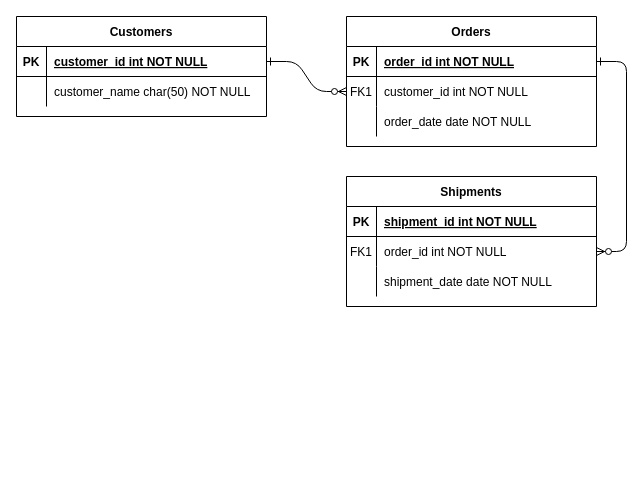
Earlier version of the draw.io diagram Untitled Diagram.drawio (nibir12011995/diagrams). Source tidied: cells renumbered, new cells numbered last; positions are measured from the earlier drawing's top-left corner, leaving out a move shared by most shapes. Both pictures are drawn from the tidied source at 100%, with x=0, y=0 at pixel (16, 16).
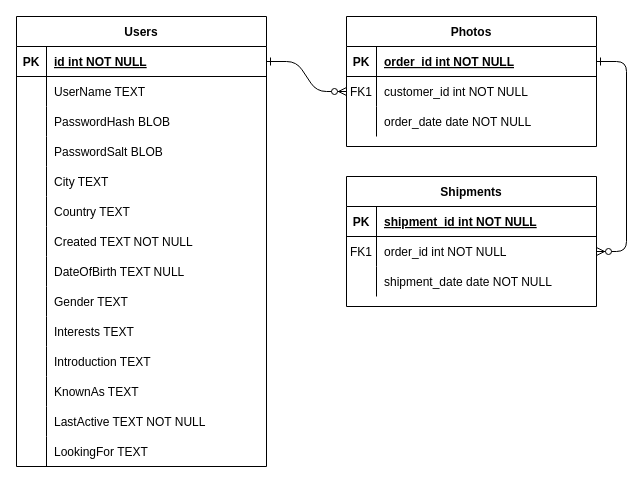
After the change.

The change refers to these unchanged cells:
```xml
<mxCell id="25" style="shape=partialRectangle;fillColor=none;points=[[0,0.5],[1,0.5]];portConstraint=eastwest;top=0;left=0;right=0;bottom=1;" parent="24" vertex="1">
  <mxGeometry y="30" width="250" height="30" as="geometry" />
</mxCell>
<mxCell id="28" style="shape=partialRectangle;fillColor=none;top=0;left=0;right=0;bottom=0;" parent="24" vertex="1">
  <mxGeometry y="60" width="250" height="30" as="geometry" />
</mxCell>
```

Change to the diagram source:
```diff
@@
-    <mxCell id="4" value="Orders" style="shape=table;startSize=30;childLayout=tableLayout;rowLines=0;fontStyle=1;align=center;" parent="1" vertex="1">
+    <mxCell id="4" value="Photos" style="shape=table;startSize=30;childLayout=tableLayout;rowLines=0;fontStyle=1;align=center;" parent="1" vertex="1">
       <mxGeometry x="330" width="250" height="130" as="geometry" />
     </mxCell>
@@
-    <mxCell id="24" value="Customers" style="shape=table;startSize=30;childLayout=tableLayout;rowLines=0;fontStyle=1;align=center;" parent="1" vertex="1">
-      <mxGeometry width="250" height="100" as="geometry" />
+    <mxCell id="24" value="Users" style="shape=table;startSize=30;childLayout=tableLayout;rowLines=0;fontStyle=1;align=center;" parent="1" vertex="1">
+      <mxGeometry width="250" height="450" as="geometry" />
     </mxCell>
@@
-    <mxCell id="27" value="customer_id int NOT NULL " style="shape=partialRectangle;overflow=hidden;fillColor=none;top=0;left=0;bottom=0;right=0;align=left;spacingLeft=6;fontStyle=5;" parent="25" vertex="1">
+    <mxCell id="27" value="id int NOT NULL " style="shape=partialRectangle;overflow=hidden;fillColor=none;top=0;left=0;bottom=0;right=0;align=left;spacingLeft=6;fontStyle=5;" parent="25" vertex="1">
       <mxGeometry x="30" width="220" height="30" as="geometry" />
     </mxCell>
@@
-    <mxCell id="30" value="customer_name char(50) NOT NULL" style="shape=partialRectangle;overflow=hidden;fillColor=none;top=0;left=0;bottom=0;right=0;align=left;spacingLeft=6;" parent="28" vertex="1">
+    <mxCell id="30" value="UserName TEXT " style="shape=partialRectangle;overflow=hidden;fillColor=none;top=0;left=0;bottom=0;right=0;align=left;spacingLeft=6;" parent="28" vertex="1">
       <mxGeometry x="30" width="220" height="30" as="geometry" />
     </mxCell>
+    <mxCell id="31" style="shape=partialRectangle;fillColor=none;top=0;left=0;right=0;bottom=0;" parent="24" vertex="1">
+      <mxGeometry y="90" width="250" height="30" as="geometry" />
+    </mxCell>
+    <mxCell id="32" style="shape=partialRectangle;overflow=hidden;fillColor=none;top=0;left=0;bottom=0;right=0;" parent="31" vertex="1">
+      <mxGeometry width="30" height="30" as="geometry" />
+    </mxCell>
+    <mxCell id="33" value="PasswordHash BLOB" style="shape=partialRectangle;overflow=hidden;fillColor=none;top=0;left=0;bottom=0;right=0;align=left;spacingLeft=6;" parent="31" vertex="1">
+      <mxGeometry x="30" width="220" height="30" as="geometry" />
+    </mxCell>
+    <mxCell id="34" style="shape=partialRectangle;fillColor=none;top=0;left=0;right=0;bottom=0;" parent="24" vertex="1">
+      <mxGeometry y="120" width="250" height="30" as="geometry" />
+    </mxCell>
+    <mxCell id="35" style="shape=partialRectangle;overflow=hidden;fillColor=none;top=0;left=0;bottom=0;right=0;" parent="34" vertex="1">
+      <mxGeometry width="30" height="30" as="geometry" />
+    </mxCell>
+    <mxCell id="36" value="PasswordSalt BLOB" style="shape=partialRectangle;overflow=hidden;fillColor=none;top=0;left=0;bottom=0;right=0;align=left;spacingLeft=6;" parent="34" vertex="1">
+      <mxGeometry x="30" width="220" height="30" as="geometry" />
+    </mxCell>
+    <mxCell id="37" style="shape=partialRectangle;fillColor=none;top=0;left=0;right=0;bottom=0;" parent="24" vertex="1">
+      <mxGeometry y="150" width="250" height="30" as="geometry" />
+    </mxCell>
+    <mxCell id="38" style="shape=partialRectangle;overflow=hidden;fillColor=none;top=0;left=0;bottom=0;right=0;" parent="37" vertex="1">
+      <mxGeometry width="30" height="30" as="geometry" />
+    </mxCell>
+    <mxCell id="39" value="City TEXT" style="shape=partialRectangle;overflow=hidden;fillColor=none;top=0;left=0;bottom=0;right=0;align=left;spacingLeft=6;" parent="37" vertex="1">
+      <mxGeometry x="30" width="220" height="30" as="geometry" />
+    </mxCell>
+    <mxCell id="40" style="shape=partialRectangle;fillColor=none;top=0;left=0;right=0;bottom=0;" parent="24" vertex="1">
+      <mxGeometry y="180" width="250" height="30" as="geometry" />
+    </mxCell>
+    <mxCell id="41" style="shape=partialRectangle;overflow=hidden;fillColor=none;top=0;left=0;bottom=0;right=0;" parent="40" vertex="1">
+      <mxGeometry width="30" height="30" as="geometry" />
+    </mxCell>
+    <mxCell id="42" value="Country TEXT" style="shape=partialRectangle;overflow=hidden;fillColor=none;top=0;left=0;bottom=0;right=0;align=left;spacingLeft=6;" parent="40" vertex="1">
+      <mxGeometry x="30" width="220" height="30" as="geometry" />
+    </mxCell>
+    <mxCell id="43" style="shape=partialRectangle;fillColor=none;top=0;left=0;right=0;bottom=0;" parent="24" vertex="1">
+      <mxGeometry y="210" width="250" height="30" as="geometry" />
+    </mxCell>
+    <mxCell id="44" style="shape=partialRectangle;overflow=hidden;fillColor=none;top=0;left=0;bottom=0;right=0;" parent="43" vertex="1">
+      <mxGeometry width="30" height="30" as="geometry" />
+    </mxCell>
+    <mxCell id="45" value="Created TEXT NOT NULL" style="shape=partialRectangle;overflow=hidden;fillColor=none;top=0;left=0;bottom=0;right=0;align=left;spacingLeft=6;" parent="43" vertex="1">
+      <mxGeometry x="30" width="220" height="30" as="geometry" />
+    </mxCell>
+    <mxCell id="46" style="shape=partialRectangle;fillColor=none;top=0;left=0;right=0;bottom=0;" parent="24" vertex="1">
+      <mxGeometry y="240" width="250" height="30" as="geometry" />
+    </mxCell>
+    <mxCell id="47" style="shape=partialRectangle;overflow=hidden;fillColor=none;top=0;left=0;bottom=0;right=0;" parent="46" vertex="1">
+      <mxGeometry width="30" height="30" as="geometry" />
+    </mxCell>
+    <mxCell id="48" value="DateOfBirth TEXT NULL" style="shape=partialRectangle;overflow=hidden;fillColor=none;top=0;left=0;bottom=0;right=0;align=left;spacingLeft=6;" parent="46" vertex="1">
+      <mxGeometry x="30" width="220" height="30" as="geometry" />
+    </mxCell>
+    <mxCell id="49" style="shape=partialRectangle;fillColor=none;top=0;left=0;right=0;bottom=0;" parent="24" vertex="1">
+      <mxGeometry y="270" width="250" height="30" as="geometry" />
+    </mxCell>
+    <mxCell id="50" style="shape=partialRectangle;overflow=hidden;fillColor=none;top=0;left=0;bottom=0;right=0;" parent="49" vertex="1">
+      <mxGeometry width="30" height="30" as="geometry" />
+    </mxCell>
+    <mxCell id="51" value="Gender TEXT " style="shape=partialRectangle;overflow=hidden;fillColor=none;top=0;left=0;bottom=0;right=0;align=left;spacingLeft=6;" parent="49" vertex="1">
+      <mxGeometry x="30" width="220" height="30" as="geometry" />
+    </mxCell>
+    <mxCell id="52" style="shape=partialRectangle;fillColor=none;top=0;left=0;right=0;bottom=0;" parent="24" vertex="1">
+      <mxGeometry y="300" width="250" height="30" as="geometry" />
+    </mxCell>
+    <mxCell id="53" style="shape=partialRectangle;overflow=hidden;fillColor=none;top=0;left=0;bottom=0;right=0;" parent="52" vertex="1">
+      <mxGeometry width="30" height="30" as="geometry" />
+    </mxCell>
+    <mxCell id="54" value="Interests TEXT" style="shape=partialRectangle;overflow=hidden;fillColor=none;top=0;left=0;bottom=0;right=0;align=left;spacingLeft=6;" parent="52" vertex="1">
+      <mxGeometry x="30" width="220" height="30" as="geometry" />
+    </mxCell>
+    <mxCell id="55" style="shape=partialRectangle;fillColor=none;top=0;left=0;right=0;bottom=0;" parent="24" vertex="1">
+      <mxGeometry y="330" width="250" height="30" as="geometry" />
+    </mxCell>
+    <mxCell id="56" style="shape=partialRectangle;overflow=hidden;fillColor=none;top=0;left=0;bottom=0;right=0;" parent="55" vertex="1">
+      <mxGeometry width="30" height="30" as="geometry" />
+    </mxCell>
+    <mxCell id="57" value="Introduction TEXT" style="shape=partialRectangle;overflow=hidden;fillColor=none;top=0;left=0;bottom=0;right=0;align=left;spacingLeft=6;" parent="55" vertex="1">
+      <mxGeometry x="30" width="220" height="30" as="geometry" />
+    </mxCell>
+    <mxCell id="58" style="shape=partialRectangle;fillColor=none;top=0;left=0;right=0;bottom=0;" parent="24" vertex="1">
+      <mxGeometry y="360" width="250" height="30" as="geometry" />
+    </mxCell>
+    <mxCell id="59" style="shape=partialRectangle;overflow=hidden;fillColor=none;top=0;left=0;bottom=0;right=0;" parent="58" vertex="1">
+      <mxGeometry width="30" height="30" as="geometry" />
+    </mxCell>
+    <mxCell id="60" value="KnownAs TEXT" style="shape=partialRectangle;overflow=hidden;fillColor=none;top=0;left=0;bottom=0;right=0;align=left;spacingLeft=6;" parent="58" vertex="1">
+      <mxGeometry x="30" width="220" height="30" as="geometry" />
+    </mxCell>
+    <mxCell id="61" style="shape=partialRectangle;fillColor=none;top=0;left=0;right=0;bottom=0;" parent="24" vertex="1">
+      <mxGeometry y="390" width="250" height="30" as="geometry" />
+    </mxCell>
+    <mxCell id="62" style="shape=partialRectangle;overflow=hidden;fillColor=none;top=0;left=0;bottom=0;right=0;" parent="61" vertex="1">
+      <mxGeometry width="30" height="30" as="geometry" />
+    </mxCell>
+    <mxCell id="63" value="LastActive TEXT NOT NULL" style="shape=partialRectangle;overflow=hidden;fillColor=none;top=0;left=0;bottom=0;right=0;align=left;spacingLeft=6;" parent="61" vertex="1">
+      <mxGeometry x="30" width="220" height="30" as="geometry" />
+    </mxCell>
+    <mxCell id="64" style="shape=partialRectangle;fillColor=none;top=0;left=0;right=0;bottom=0;" parent="24" vertex="1">
+      <mxGeometry y="420" width="250" height="30" as="geometry" />
+    </mxCell>
+    <mxCell id="65" style="shape=partialRectangle;overflow=hidden;fillColor=none;top=0;left=0;bottom=0;right=0;" parent="64" vertex="1">
+      <mxGeometry width="30" height="30" as="geometry" />
+    </mxCell>
+    <mxCell id="66" value="LookingFor TEXT" style="shape=partialRectangle;overflow=hidden;fillColor=none;top=0;left=0;bottom=0;right=0;align=left;spacingLeft=6;" parent="64" vertex="1">
+      <mxGeometry x="30" width="220" height="30" as="geometry" />
+    </mxCell>
```
